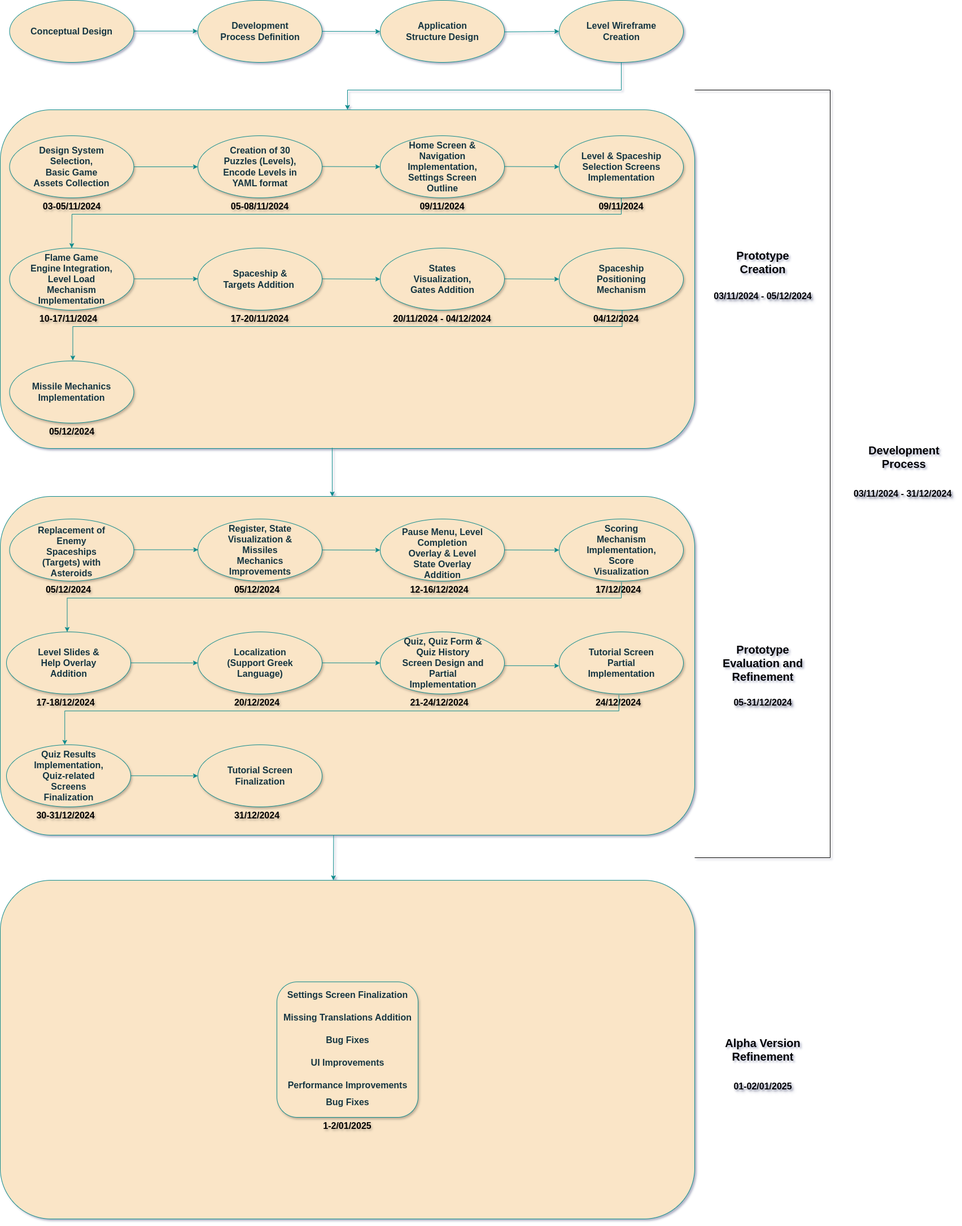
Above: chapter-6/image004_development_timeline.png in StelTheo73/thesis-docs (draw.io), before the change. Source tidied: cells renumbered, new cells last; positions are measured from the earlier drawing's top-left corner, leaving out a move shared by most shapes.
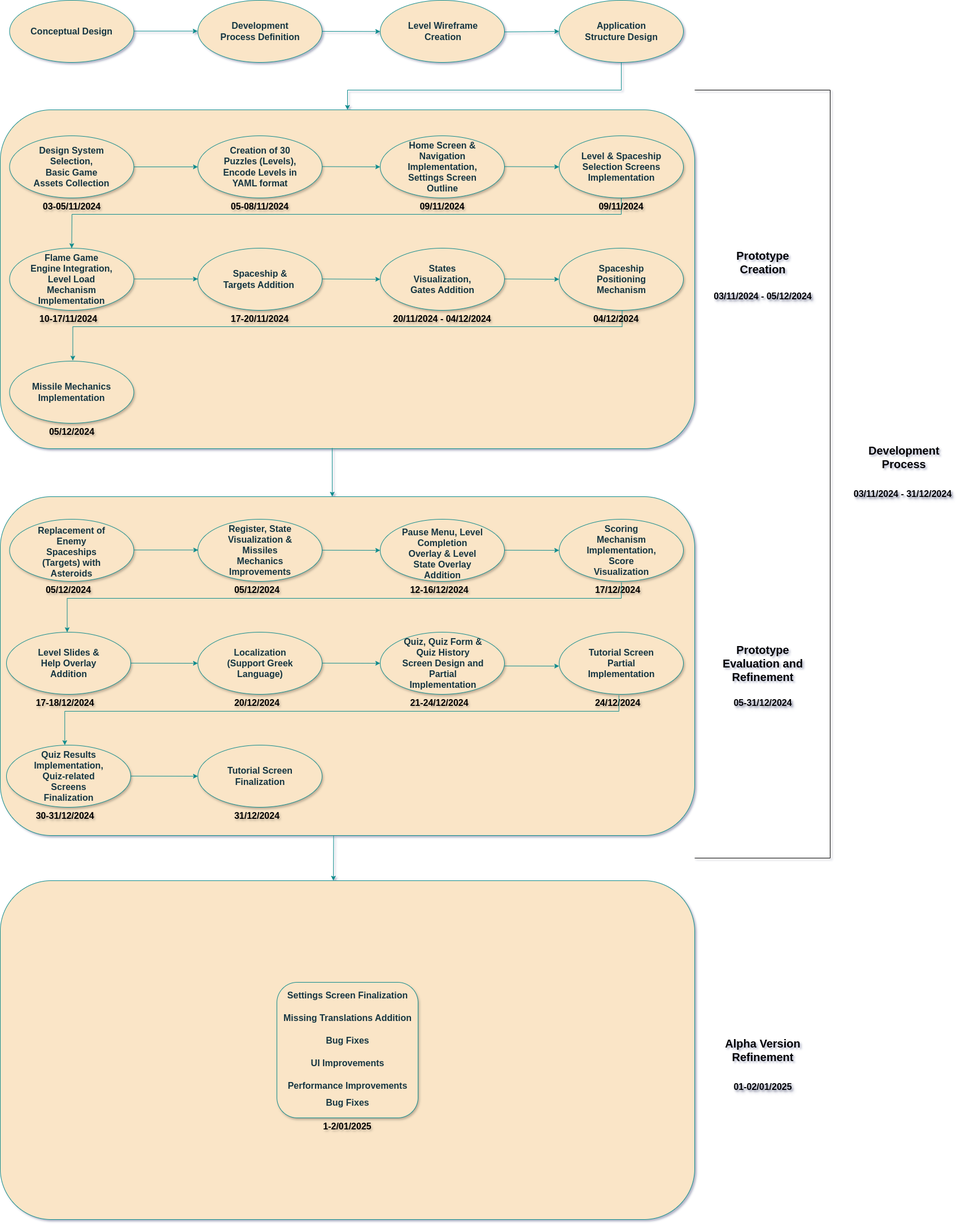
The same diagram one commit later.

Change to the diagram source:
```diff
@@ -45,11 +45,8 @@
       <mxGeometry x="386.5" y="40" width="147" height="30" as="geometry" />
     </mxCell>
     <mxCell id="16" value="&lt;span style=&quot;font-size: 16px;&quot;&gt;&lt;b&gt;Application Structure Design&lt;/b&gt;&lt;/span&gt;" style="text;html=1;align=center;verticalAlign=middle;whiteSpace=wrap;rounded=0;labelBackgroundColor=none;fontColor=#143642;" parent="1" vertex="1">
-      <mxGeometry x="709.5" y="40" width="147" height="30" as="geometry" />
+      <mxGeometry x="1026.5" y="40" width="147" height="30" as="geometry" />
     </mxCell>
-    <mxCell id="17" value="&lt;span style=&quot;font-size: 16px;&quot;&gt;&lt;b&gt;Level Wireframe Creation&lt;/b&gt;&lt;/span&gt;" style="text;html=1;align=center;verticalAlign=middle;whiteSpace=wrap;rounded=0;labelBackgroundColor=none;fontColor=#143642;" parent="1" vertex="1">
-      <mxGeometry x="1026.5" y="40" width="147" height="30" as="geometry" />
-    </mxCell>
     <mxCell id="18" value="&lt;span style=&quot;font-size: 16px;&quot;&gt;&lt;b&gt;Design System Selection, Basic&amp;nbsp;&lt;/b&gt;&lt;/span&gt;&lt;b style=&quot;font-size: 16px; background-color: transparent; color: light-dark(rgb(20, 54, 66), rgb(173, 202, 213));&quot;&gt;Game Assets Collection&lt;/b&gt;" style="text;html=1;align=center;verticalAlign=middle;whiteSpace=wrap;rounded=0;labelBackgroundColor=none;fontColor=#143642;shadow=1;" parent="1" vertex="1">
       <mxGeometry x="53" y="280" width="147" height="30" as="geometry" />
     </mxCell>
@@ -418,5 +415,11 @@
     <mxCell id="113" style="endArrow=classic;html=1;rounded=0;strokeColor=#0F8B8D;entryX=0;entryY=0.5;entryDx=0;entryDy=0;exitX=1.002;exitY=0.509;exitDx=0;exitDy=0;exitPerimeter=0;" parent="1" edge="1" source="9" target="8">
       <mxGeometry relative="1" as="geometry" />
     </mxCell>
+    <mxCell id="17" value="&lt;span style=&quot;font-size: 16px;&quot;&gt;&lt;b&gt;Level Wireframe Creation&lt;/b&gt;&lt;/span&gt;" style="text;html=1;align=center;verticalAlign=middle;whiteSpace=wrap;rounded=0;labelBackgroundColor=none;fontColor=#143642;" parent="1" vertex="1">
+      <mxGeometry x="710.5" y="40" width="147" height="30" as="geometry" />
+    </mxCell>
+    <mxCell id="114" style="edgeStyle=orthogonalEdgeStyle;rounded=0;orthogonalLoop=1;jettySize=auto;html=1;exitX=0.5;exitY=1;exitDx=0;exitDy=0;" parent="1" edge="1" source="16" target="16">
+      <mxGeometry relative="1" as="geometry" />
+    </mxCell>
   </root>
 </mxGraphModel>
```
